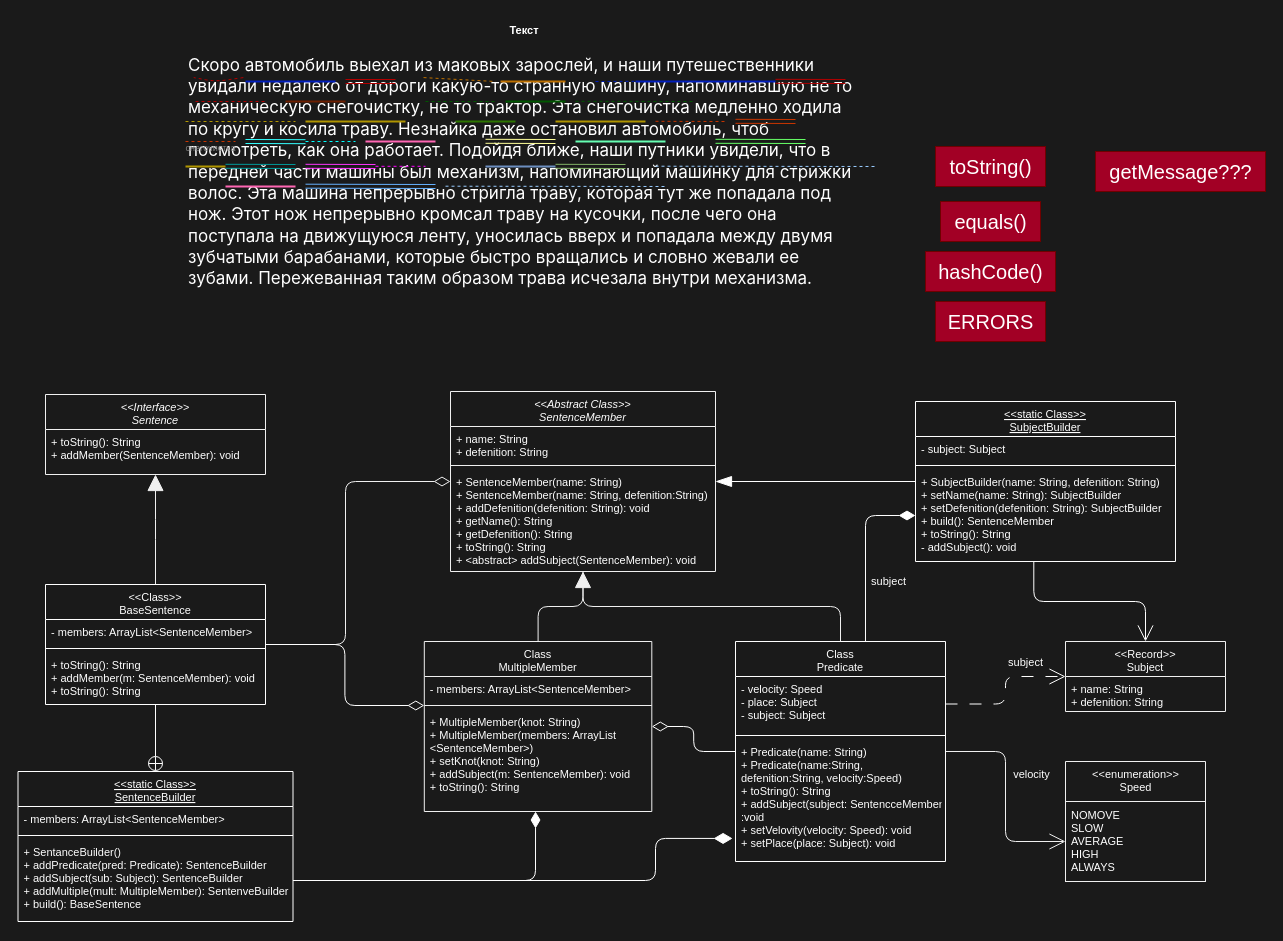
The draw.io diagram Programming/Lab3/scheme/Scheme.dio in Dmitrylesnoy/ITMO-study-labs, before the edit. Source tidied: cells renumbered, new cells numbered last; positions are measured from the earlier drawing's top-left corner, leaving out a move shared by most shapes. Both pictures are drawn from the tidied source at 100%, with x=0, y=0 at pixel (17, 27).
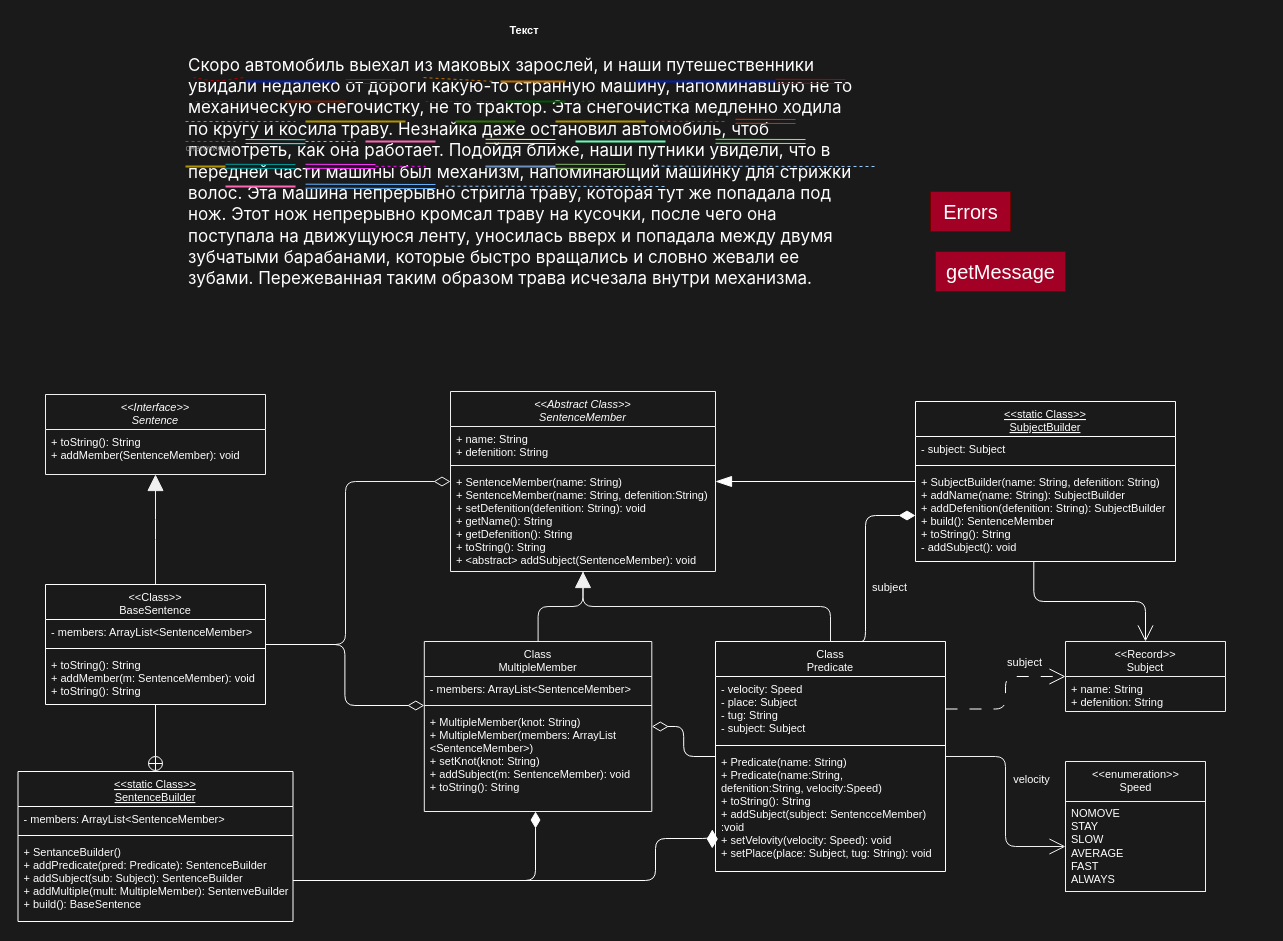
After the change.

Unchanged cells that the change refers to:
```xml
<mxCell id="41" value="&lt;&lt;Abstract Class&gt;&gt;&#10;SentenсeMember" style="swimlane;fontStyle=2;align=center;verticalAlign=top;horizontal=1;startSize=35;rounded=0;shadow=0;glass=0;labelBackgroundColor=none;strokeColor=#F0F0F0;fontSize=11;fontColor=#FFFFFF;fillColor=none;gradientColor=none;" parent="1" vertex="1">
  <mxGeometry x="433" y="364" width="265" height="180" as="geometry" />
</mxCell>
<mxCell id="81" value="&lt;&lt;static Class&gt;&gt;&#10;SubjectBuilder" style="swimlane;fontStyle=4;align=center;verticalAlign=top;horizontal=1;startSize=35;rounded=0;shadow=0;glass=0;labelBackgroundColor=none;strokeColor=#FFFFFF;fontSize=11;fontColor=#FFFFFF;fillColor=none;gradientColor=none;" parent="1" vertex="1">
  <mxGeometry x="898" y="374" width="260" height="160" as="geometry" />
</mxCell>
```

Change to the diagram source:
```diff
@@
-    <mxCell id="44" value="+ SentenceMember(name: String)&#10;+ SentenceMember(name: String, defenition:String)&#10;+ addDefenition(defenition: String): void&#10;+ getName(): String&#10;+ getDefenition(): String&#10;+ toString(): String&#10;+ &lt;abstract&gt; addSubject(SentenceMember): void&#10;" style="text;strokeColor=none;fillColor=none;align=left;verticalAlign=top;spacingLeft=4;spacingRight=4;overflow=hidden;rounded=0;shadow=0;glass=0;labelBackgroundColor=none;fontSize=11;fontColor=#FFFFFF;" parent="41" vertex="1">
+    <mxCell id="44" value="+ SentenceMember(name: String)&#10;+ SentenceMember(name: String, defenition:String)&#10;+ setDefenition(defenition: String): void&#10;+ getName(): String&#10;+ getDefenition(): String&#10;+ toString(): String&#10;+ &lt;abstract&gt; addSubject(SentenceMember): void&#10;" style="text;strokeColor=none;fillColor=none;align=left;verticalAlign=top;spacingLeft=4;spacingRight=4;overflow=hidden;rounded=0;shadow=0;glass=0;labelBackgroundColor=none;fontSize=11;fontColor=#FFFFFF;" parent="41" vertex="1">
       <mxGeometry y="78" width="265" height="102" as="geometry" />
     </mxCell>
@@
     <mxCell id="49" value="Class&#10;Predicate" style="swimlane;fontStyle=0;align=center;verticalAlign=top;horizontal=1;startSize=35;rounded=0;shadow=0;glass=0;labelBackgroundColor=none;strokeColor=#FFFFFF;fontSize=11;fontColor=#FFFFFF;fillColor=none;gradientColor=none;" parent="1" vertex="1">
-      <mxGeometry x="718" y="614" width="210" height="220" as="geometry" />
+      <mxGeometry x="698" y="614" width="230" height="230" as="geometry" />
     </mxCell>
-    <mxCell id="50" value="- velocity: Speed&#10;- place: Subject&#10;- subject: Subject" style="text;strokeColor=none;fillColor=none;align=left;verticalAlign=top;spacingLeft=4;spacingRight=4;overflow=hidden;points=[[0,0.5],[1,0.5]];portConstraint=eastwest;rounded=0;shadow=0;glass=0;labelBackgroundColor=none;fontSize=11;fontColor=#FFFFFF;" parent="49" vertex="1">
-      <mxGeometry y="35" width="210" height="55" as="geometry" />
+    <mxCell id="50" value="- velocity: Speed&#10;- place: Subject&#10;- tug: String&#10;- subject: Subject" style="text;strokeColor=none;fillColor=none;align=left;verticalAlign=top;spacingLeft=4;spacingRight=4;overflow=hidden;points=[[0,0.5],[1,0.5]];portConstraint=eastwest;rounded=0;shadow=0;glass=0;labelBackgroundColor=none;fontSize=11;fontColor=#FFFFFF;" parent="49" vertex="1">
+      <mxGeometry y="35" width="230" height="65" as="geometry" />
     </mxCell>
     <mxCell id="51" style="line;strokeWidth=1;fillColor=none;align=left;verticalAlign=middle;spacingTop=-1;spacingLeft=3;spacingRight=3;labelPosition=right;strokeColor=inherit;rounded=0;shadow=0;glass=0;labelBackgroundColor=none;fontSize=11;fontColor=#FFFFFF;" parent="49" vertex="1">
-      <mxGeometry y="90" width="210" height="8" as="geometry" />
+      <mxGeometry y="100" width="230" height="8" as="geometry" />
     </mxCell>
-    <mxCell id="52" value="+ Predicate(name: String)&#10;+ Predicate(name:String, &#10;defenition:String, velocity:Speed)&#10;+ toString(): String&#10;+ addSubject(subject: SentencceMember)&#10;:void&#10;+ setVelovity(velocity: Speed): void&#10;+ setPlace(place: Subject): void" style="text;strokeColor=none;fillColor=none;align=left;verticalAlign=top;spacingLeft=4;spacingRight=4;overflow=hidden;points=[[0,0.5],[1,0.5]];portConstraint=eastwest;rounded=0;shadow=0;glass=0;labelBackgroundColor=none;fontSize=11;fontColor=#FFFFFF;" parent="49" vertex="1">
-      <mxGeometry y="98" width="210" height="122" as="geometry" />
+    <mxCell id="52" value="+ Predicate(name: String)&#10;+ Predicate(name:String, &#10;defenition:String, velocity:Speed)&#10;+ toString(): String&#10;+ addSubject(subject: SentencceMember)&#10;:void&#10;+ setVelovity(velocity: Speed): void&#10;+ setPlace(place: Subject, tug: String): void" style="text;strokeColor=none;fillColor=none;align=left;verticalAlign=top;spacingLeft=4;spacingRight=4;overflow=hidden;points=[[0,0.5],[1,0.5]];portConstraint=eastwest;rounded=0;shadow=0;glass=0;labelBackgroundColor=none;fontSize=11;fontColor=#FFFFFF;" parent="49" vertex="1">
+      <mxGeometry y="108" width="230" height="122" as="geometry" />
     </mxCell>
@@
     <mxCell id="54" value="&amp;lt;&amp;lt;enumeration&amp;gt;&amp;gt;&lt;br style=&quot;font-size: 11px;&quot;&gt;Speed" style="swimlane;fontStyle=0;align=center;verticalAlign=top;horizontal=1;startSize=40;html=1;fontSize=11;fillColor=none;fontColor=#FFFFFF;strokeColor=#F0F0F0;" parent="1" vertex="1">
-      <mxGeometry x="1048" y="734" width="140" height="120" as="geometry" />
+      <mxGeometry x="1048" y="734" width="140" height="130" as="geometry" />
     </mxCell>
-    <mxCell id="55" value="NOMOVE&lt;br style=&quot;font-size: 11px;&quot;&gt;SLOW&lt;br style=&quot;font-size: 11px;&quot;&gt;AVERAGE&lt;br style=&quot;font-size: 11px;&quot;&gt;HIGH&lt;br style=&quot;font-size: 11px;&quot;&gt;ALWAYS" style="text;html=1;strokeColor=#F0F0F0;fillColor=none;align=left;verticalAlign=middle;spacingLeft=4;spacingRight=4;overflow=hidden;points=[[0,0.5],[1,0.5]];portConstraint=eastwest;fontSize=11;fontColor=#FFFFFF;" parent="54" vertex="1">
-      <mxGeometry y="40" width="140" height="80" as="geometry" />
+    <mxCell id="55" value="NOMOVE&lt;br style=&quot;font-size: 11px;&quot;&gt;STAY&lt;br&gt;SLOW&lt;br style=&quot;font-size: 11px;&quot;&gt;AVERAGE&lt;br style=&quot;font-size: 11px;&quot;&gt;FAST&lt;br style=&quot;font-size: 11px;&quot;&gt;ALWAYS" style="text;html=1;strokeColor=#F0F0F0;fillColor=none;align=left;verticalAlign=middle;spacingLeft=4;spacingRight=4;overflow=hidden;points=[[0,0.5],[1,0.5]];portConstraint=eastwest;fontSize=11;fontColor=#FFFFFF;" parent="54" vertex="1">
+      <mxGeometry y="40" width="140" height="90" as="geometry" />
     </mxCell>
@@
-    <mxCell id="84" value="+ SubjectBuilder(name: String, defenition: String)&#10;+ setName(name: String): SubjectBuilder&#10;+ setDefenition(defenition: String): SubjectBuilder&#10;+ build(): SentenceMember&#10;+ toString(): String&#10;- addSubject(): void&#10;" style="text;strokeColor=none;fillColor=none;align=left;verticalAlign=top;spacingLeft=4;spacingRight=4;overflow=hidden;points=[[0,0.5],[1,0.5]];portConstraint=eastwest;rounded=0;shadow=0;glass=0;labelBackgroundColor=none;fontSize=11;fontColor=#FFFFFF;" parent="81" vertex="1">
+    <mxCell id="84" value="+ SubjectBuilder(name: String, defenition: String)&#10;+ addName(name: String): SubjectBuilder&#10;+ addDefenition(defenition: String): SubjectBuilder&#10;+ build(): SentenceMember&#10;+ toString(): String&#10;- addSubject(): void&#10;" style="text;strokeColor=none;fillColor=none;align=left;verticalAlign=top;spacingLeft=4;spacingRight=4;overflow=hidden;points=[[0,0.5],[1,0.5]];portConstraint=eastwest;rounded=0;shadow=0;glass=0;labelBackgroundColor=none;fontSize=11;fontColor=#FFFFFF;" parent="81" vertex="1">
       <mxGeometry y="68" width="260" height="92" as="geometry" />
     </mxCell>
@@
-    <mxCell id="87" value="toString()" style="text;html=1;align=center;verticalAlign=middle;strokeColor=#6F0000;fillColor=#a20025;fontSize=20;fontColor=#ffffff;" parent="1" vertex="1">
-      <mxGeometry x="918" y="119" width="110" height="40" as="geometry" />
-    </mxCell>
-    <mxCell id="88" value="equals()&lt;br&gt;" style="text;html=1;align=center;verticalAlign=middle;strokeColor=#6F0000;fillColor=#a20025;fontSize=20;fontColor=#ffffff;" parent="1" vertex="1">
-      <mxGeometry x="923" y="174" width="100" height="40" as="geometry" />
-    </mxCell>
-    <mxCell id="89" value="hashCode()" style="text;html=1;align=center;verticalAlign=middle;strokeColor=#6F0000;fillColor=#a20025;fontSize=20;fontColor=#ffffff;" parent="1" vertex="1">
-      <mxGeometry x="908" y="224" width="130" height="40" as="geometry" />
-    </mxCell>
-    <mxCell id="90" value="ERRORS" style="text;html=1;align=center;verticalAlign=middle;strokeColor=#6F0000;fillColor=#a20025;fontSize=20;fontColor=#ffffff;" parent="1" vertex="1">
-      <mxGeometry x="918" y="274" width="110" height="40" as="geometry" />
+    <mxCell id="90" value="Errors" style="text;html=1;align=center;verticalAlign=middle;strokeColor=#6F0000;fillColor=#a20025;fontSize=20;fontColor=#ffffff;" parent="1" vertex="1">
+      <mxGeometry x="913" y="164" width="80" height="40" as="geometry" />
     </mxCell>
-    <mxCell id="91" value="getMessage???" style="text;html=1;align=center;verticalAlign=middle;strokeColor=#6F0000;fillColor=#a20025;fontSize=20;fontColor=#ffffff;" parent="1" vertex="1">
-      <mxGeometry x="1078" y="124" width="170" height="40" as="geometry" />
+    <mxCell id="91" value="getMessage" style="text;html=1;align=center;verticalAlign=middle;strokeColor=#6F0000;fillColor=#a20025;fontSize=20;fontColor=#ffffff;" parent="1" vertex="1">
+      <mxGeometry x="918" y="224" width="130" height="40" as="geometry" />
     </mxCell>
```
